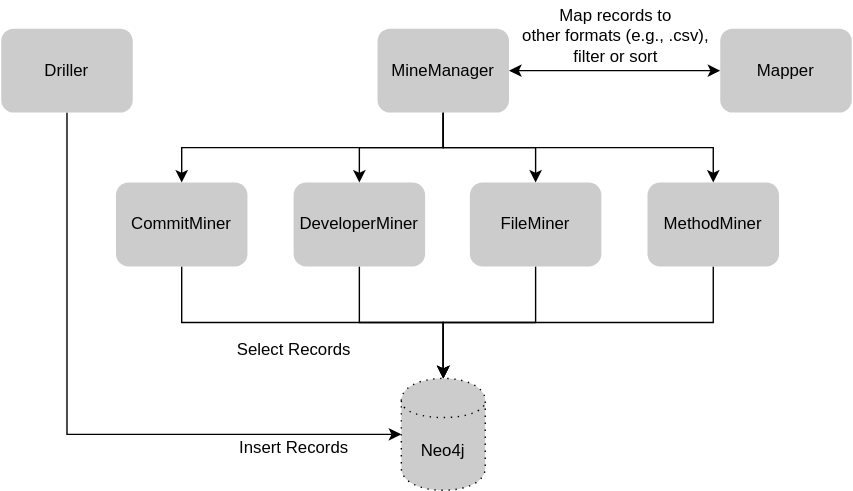
Before: docs/source/GraphRepoArch.svg, a diagram exported from draw.io (xserban/GraphRepo). Source tidied: cells renumbered, new cells last; positions are measured from the earlier drawing's top-left corner, leaving out a move shared by most shapes.
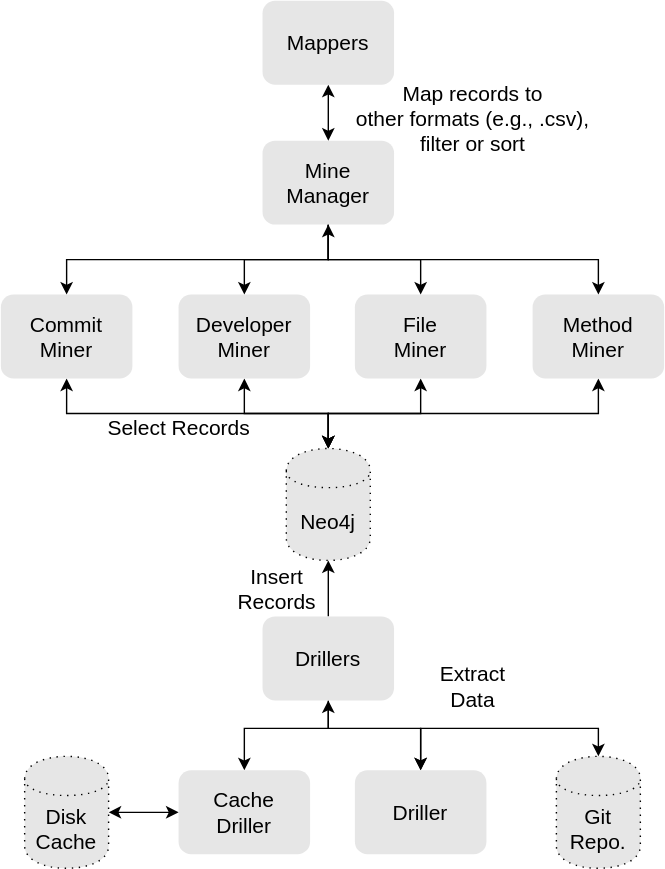
Above is the later version.

Commit message:
Updated documentation with cache drillers

Diff of the diagram source:
```diff
@@ -2,68 +2,110 @@
   <root>
     <mxCell id="0" />
     <mxCell id="1" parent="0" />
-    <mxCell id="2" style="edgeStyle=orthogonalEdgeStyle;rounded=0;jettySize=auto;html=1;exitX=0.5;exitY=1;exitDx=0;exitDy=0;strokeColor=#000000;strokeWidth=1;" parent="1" edge="1" source="3" target="10">
+    <mxCell id="2" style="edgeStyle=orthogonalEdgeStyle;rounded=0;jettySize=auto;html=1;exitX=0.5;exitY=1;exitDx=0;exitDy=0;strokeColor=#000000;strokeWidth=1;startArrow=classic;startFill=1;" parent="1" edge="1" source="3" target="10">
       <mxGeometry relative="1" as="geometry" />
     </mxCell>
-    <mxCell id="3" value="&lt;span&gt;CommitMiner&lt;/span&gt;" style="rounded=1;whiteSpace=wrap;html=1;strokeColor=none;fillColor=#CCCCCC;" parent="1" vertex="1">
-      <mxGeometry x="82" y="130" width="94" height="60" as="geometry" />
+    <mxCell id="3" value="&lt;span style=&quot;font-size: 15px;&quot;&gt;Commit&lt;br style=&quot;font-size: 15px;&quot;&gt;Miner&lt;/span&gt;" style="rounded=1;whiteSpace=wrap;html=1;strokeColor=none;fillColor=#E6E6E6;fontSize=15;" parent="1" vertex="1">
+      <mxGeometry x="1622" y="630" width="94" height="60" as="geometry" />
     </mxCell>
-    <mxCell id="4" style="edgeStyle=orthogonalEdgeStyle;rounded=0;jettySize=auto;html=1;exitX=0.5;exitY=1;exitDx=0;exitDy=0;strokeColor=#000000;strokeWidth=1;" parent="1" edge="1" source="5" target="10">
+    <mxCell id="4" style="edgeStyle=orthogonalEdgeStyle;rounded=0;jettySize=auto;html=1;exitX=0.5;exitY=1;exitDx=0;exitDy=0;strokeColor=#000000;strokeWidth=1;startArrow=classic;startFill=1;" parent="1" edge="1" source="5" target="10">
       <mxGeometry relative="1" as="geometry" />
     </mxCell>
-    <mxCell id="5" value="&lt;span&gt;DeveloperMiner&lt;/span&gt;" style="rounded=1;whiteSpace=wrap;html=1;strokeColor=none;fillColor=#CCCCCC;" parent="1" vertex="1">
-      <mxGeometry x="209" y="130" width="94" height="60" as="geometry" />
+    <mxCell id="5" value="&lt;span style=&quot;font-size: 15px;&quot;&gt;Developer&lt;br style=&quot;font-size: 15px;&quot;&gt;Miner&lt;/span&gt;" style="rounded=1;whiteSpace=wrap;html=1;strokeColor=none;fillColor=#E6E6E6;fontSize=15;" parent="1" vertex="1">
+      <mxGeometry x="1749" y="630" width="94" height="60" as="geometry" />
     </mxCell>
-    <mxCell id="6" style="edgeStyle=orthogonalEdgeStyle;rounded=0;jettySize=auto;html=1;exitX=0.5;exitY=1;exitDx=0;exitDy=0;strokeColor=#000000;strokeWidth=1;" parent="1" edge="1" source="7" target="10">
+    <mxCell id="6" style="edgeStyle=orthogonalEdgeStyle;rounded=0;jettySize=auto;html=1;exitX=0.5;exitY=1;exitDx=0;exitDy=0;strokeColor=#000000;strokeWidth=1;startArrow=classic;startFill=1;" parent="1" edge="1" source="7" target="10">
       <mxGeometry relative="1" as="geometry" />
     </mxCell>
-    <mxCell id="7" value="&lt;span&gt;FileMiner&lt;/span&gt;" style="rounded=1;whiteSpace=wrap;html=1;strokeColor=none;fillColor=#CCCCCC;" parent="1" vertex="1">
-      <mxGeometry x="335" y="130" width="94" height="60" as="geometry" />
+    <mxCell id="7" value="&lt;span style=&quot;font-size: 15px;&quot;&gt;File&lt;br style=&quot;font-size: 15px;&quot;&gt;Miner&lt;/span&gt;" style="rounded=1;whiteSpace=wrap;html=1;strokeColor=none;fillColor=#E6E6E6;fontSize=15;" parent="1" vertex="1">
+      <mxGeometry x="1875" y="630" width="94" height="60" as="geometry" />
     </mxCell>
-    <mxCell id="8" style="edgeStyle=orthogonalEdgeStyle;rounded=0;jettySize=auto;html=1;exitX=0.5;exitY=1;exitDx=0;exitDy=0;strokeColor=#000000;strokeWidth=1;" parent="1" edge="1" source="9" target="10">
+    <mxCell id="8" style="edgeStyle=orthogonalEdgeStyle;rounded=0;jettySize=auto;html=1;exitX=0.5;exitY=1;exitDx=0;exitDy=0;strokeColor=#000000;strokeWidth=1;startArrow=classic;startFill=1;" parent="1" edge="1" source="9" target="10">
       <mxGeometry relative="1" as="geometry" />
     </mxCell>
-    <mxCell id="9" value="&lt;span&gt;MethodMiner&lt;/span&gt;" style="rounded=1;whiteSpace=wrap;html=1;strokeColor=none;fillColor=#CCCCCC;" parent="1" vertex="1">
-      <mxGeometry x="462" y="130" width="94" height="60" as="geometry" />
+    <mxCell id="9" value="&lt;span style=&quot;font-size: 15px;&quot;&gt;Method&lt;br style=&quot;font-size: 15px;&quot;&gt;Miner&lt;/span&gt;" style="rounded=1;whiteSpace=wrap;html=1;strokeColor=none;fillColor=#E6E6E6;fontSize=15;" parent="1" vertex="1">
+      <mxGeometry x="2002" y="630" width="94" height="60" as="geometry" />
     </mxCell>
-    <mxCell id="10" value="Neo4j" style="shape=cylinder;whiteSpace=wrap;html=1;boundedLbl=1;backgroundOutline=1;rounded=1;fillColor=#CCCCCC;strokeColor=#000000;dashed=1;dashPattern=1 4;" parent="1" vertex="1">
-      <mxGeometry x="286" y="270" width="60" height="80" as="geometry" />
+    <mxCell id="10" value="Neo4j" style="shape=cylinder;whiteSpace=wrap;html=1;boundedLbl=1;backgroundOutline=1;rounded=1;fillColor=#E6E6E6;strokeColor=#000000;dashed=1;dashPattern=1 4;fontSize=15;" parent="1" vertex="1">
+      <mxGeometry x="1826" y="740" width="60" height="80" as="geometry" />
     </mxCell>
-    <mxCell id="11" style="edgeStyle=orthogonalEdgeStyle;rounded=0;jettySize=auto;html=1;exitX=0.5;exitY=1;exitDx=0;exitDy=0;entryX=0;entryY=0.5;entryDx=0;entryDy=0;strokeColor=#000000;strokeWidth=1;" parent="1" edge="1" source="12" target="10">
+    <mxCell id="11" style="edgeStyle=orthogonalEdgeStyle;curved=1;jettySize=auto;html=1;exitX=0.5;exitY=0;exitDx=0;exitDy=0;startArrow=none;startFill=0;endArrow=classic;endFill=1;strokeColor=#000000;strokeWidth=1;fontSize=15;fontColor=#000000;" parent="1" edge="1" source="14" target="10">
       <mxGeometry relative="1" as="geometry" />
     </mxCell>
-    <mxCell id="12" value="&lt;span&gt;Driller&lt;/span&gt;" style="rounded=1;whiteSpace=wrap;html=1;strokeColor=none;fillColor=#CCCCCC;" parent="1" vertex="1">
-      <mxGeometry y="20" width="94" height="60" as="geometry" />
+    <mxCell id="12" style="edgeStyle=orthogonalEdgeStyle;rounded=0;jettySize=auto;html=1;exitX=0.5;exitY=1;exitDx=0;exitDy=0;" parent="1" edge="1" source="14" target="27">
+      <mxGeometry relative="1" as="geometry">
+        <Array as="points">
+          <mxPoint x="1856" y="940" />
+          <mxPoint x="1796" y="940" />
+        </Array>
+      </mxGeometry>
     </mxCell>
-    <mxCell id="13" style="edgeStyle=orthogonalEdgeStyle;rounded=0;jettySize=auto;html=1;exitX=0.5;exitY=1;exitDx=0;exitDy=0;strokeColor=#000000;strokeWidth=1;" parent="1" edge="1" source="18" target="3">
-      <mxGeometry relative="1" as="geometry" />
+    <mxCell id="13" style="edgeStyle=orthogonalEdgeStyle;rounded=0;jettySize=auto;html=1;exitX=0.5;exitY=1;exitDx=0;exitDy=0;startArrow=classic;startFill=1;" parent="1" edge="1" source="14" target="29">
+      <mxGeometry relative="1" as="geometry">
+        <Array as="points">
+          <mxPoint x="1856" y="940" />
+          <mxPoint x="1922" y="940" />
+        </Array>
+      </mxGeometry>
     </mxCell>
-    <mxCell id="14" style="edgeStyle=orthogonalEdgeStyle;rounded=0;jettySize=auto;html=1;exitX=0.5;exitY=1;exitDx=0;exitDy=0;strokeColor=#000000;strokeWidth=1;" parent="1" edge="1" source="18" target="5">
-      <mxGeometry relative="1" as="geometry" />
+    <mxCell id="14" value="&lt;span style=&quot;font-size: 15px&quot;&gt;Drillers&lt;/span&gt;" style="rounded=1;whiteSpace=wrap;html=1;strokeColor=none;fillColor=#E6E6E6;fontSize=15;" parent="1" vertex="1">
+      <mxGeometry x="1809" y="860" width="94" height="60" as="geometry" />
     </mxCell>
-    <mxCell id="15" style="edgeStyle=orthogonalEdgeStyle;rounded=0;jettySize=auto;html=1;exitX=0.5;exitY=1;exitDx=0;exitDy=0;strokeColor=#000000;strokeWidth=1;" parent="1" edge="1" source="18" target="7">
+    <mxCell id="15" style="edgeStyle=orthogonalEdgeStyle;rounded=0;jettySize=auto;html=1;exitX=0.5;exitY=1;exitDx=0;exitDy=0;strokeColor=#000000;strokeWidth=1;" parent="1" edge="1" source="19" target="3">
       <mxGeometry relative="1" as="geometry" />
     </mxCell>
-    <mxCell id="16" style="edgeStyle=orthogonalEdgeStyle;rounded=0;jettySize=auto;html=1;exitX=0.5;exitY=1;exitDx=0;exitDy=0;strokeColor=#000000;strokeWidth=1;" parent="1" edge="1" source="18" target="9">
+    <mxCell id="16" style="edgeStyle=orthogonalEdgeStyle;rounded=0;jettySize=auto;html=1;exitX=0.5;exitY=1;exitDx=0;exitDy=0;strokeColor=#000000;strokeWidth=1;" parent="1" edge="1" source="19" target="5">
       <mxGeometry relative="1" as="geometry" />
     </mxCell>
-    <mxCell id="17" style="edgeStyle=orthogonalEdgeStyle;rounded=0;jettySize=auto;html=1;exitX=1;exitY=0.5;exitDx=0;exitDy=0;strokeColor=#000000;strokeWidth=1;startArrow=classic;startFill=1;" parent="1" edge="1" source="18" target="19">
+    <mxCell id="17" style="edgeStyle=orthogonalEdgeStyle;rounded=0;jettySize=auto;html=1;exitX=0.5;exitY=1;exitDx=0;exitDy=0;strokeColor=#000000;strokeWidth=1;" parent="1" edge="1" source="19" target="7">
       <mxGeometry relative="1" as="geometry" />
     </mxCell>
-    <mxCell id="18" value="&lt;span&gt;MineManager&lt;/span&gt;" style="rounded=1;whiteSpace=wrap;html=1;strokeColor=none;fillColor=#CCCCCC;" parent="1" vertex="1">
-      <mxGeometry x="269" y="20" width="94" height="60" as="geometry" />
+    <mxCell id="18" style="edgeStyle=orthogonalEdgeStyle;rounded=0;jettySize=auto;html=1;exitX=0.5;exitY=1;exitDx=0;exitDy=0;strokeColor=#000000;strokeWidth=1;startArrow=classic;startFill=1;" parent="1" edge="1" source="19" target="9">
+      <mxGeometry relative="1" as="geometry" />
     </mxCell>
-    <mxCell id="19" value="&lt;span&gt;Mapper&lt;/span&gt;" style="rounded=1;whiteSpace=wrap;html=1;strokeColor=none;fillColor=#CCCCCC;" parent="1" vertex="1">
-      <mxGeometry x="514" y="20" width="94" height="60" as="geometry" />
+    <mxCell id="19" value="&lt;span style=&quot;font-size: 15px;&quot;&gt;Mine&lt;br style=&quot;font-size: 15px;&quot;&gt;Manager&lt;/span&gt;" style="rounded=1;whiteSpace=wrap;html=1;strokeColor=none;fillColor=#E6E6E6;fontSize=15;" parent="1" vertex="1">
+      <mxGeometry x="1809" y="520" width="94" height="60" as="geometry" />
     </mxCell>
-    <mxCell id="20" value="Insert Records" style="text;html=1;align=center;verticalAlign=middle;" parent="1" vertex="1">
-      <mxGeometry x="164" y="310" width="90" height="20" as="geometry" />
+    <mxCell id="20" style="edgeStyle=orthogonalEdgeStyle;jettySize=auto;html=1;exitX=0.5;exitY=1;exitDx=0;exitDy=0;startArrow=classic;startFill=1;endArrow=classic;endFill=1;strokeColor=#000000;strokeWidth=1;fontSize=15;fontColor=#000000;rounded=0;" parent="1" edge="1" source="21" target="19">
+      <mxGeometry relative="1" as="geometry" />
     </mxCell>
-    <mxCell id="21" value="Select Records" style="text;html=1;align=center;verticalAlign=middle;points=[];" parent="1" vertex="1">
-      <mxGeometry x="159" y="240" width="100" height="20" as="geometry" />
+    <mxCell id="21" value="&lt;span style=&quot;font-size: 15px&quot;&gt;Mappers&lt;/span&gt;" style="rounded=1;whiteSpace=wrap;html=1;strokeColor=none;fillColor=#E6E6E6;fontSize=15;" parent="1" vertex="1">
+      <mxGeometry x="1809" y="420" width="94" height="60" as="geometry" />
     </mxCell>
-    <mxCell id="22" value="Map records to &lt;br&gt;other formats (e.g., .csv), &lt;br&gt;filter or sort" style="text;html=1;align=center;verticalAlign=middle;" parent="1" vertex="1">
-      <mxGeometry x="364" width="150" height="50" as="geometry" />
+    <mxCell id="22" value="Insert &lt;br&gt;Records" style="text;html=1;align=center;verticalAlign=middle;fontSize=15;" parent="1" vertex="1">
+      <mxGeometry x="1784" y="820" width="70" height="40" as="geometry" />
     </mxCell>
+    <mxCell id="23" value="Select Records" style="text;html=1;align=center;verticalAlign=middle;fontSize=15;" parent="1" vertex="1">
+      <mxGeometry x="1689" y="715" width="120" height="20" as="geometry" />
+    </mxCell>
+    <mxCell id="24" value="Map records to &lt;br style=&quot;font-size: 15px;&quot;&gt;other formats (e.g., .csv), &lt;br style=&quot;font-size: 15px;&quot;&gt;filter or sort" style="text;html=1;align=center;verticalAlign=middle;fontSize=15;" parent="1" vertex="1">
+      <mxGeometry x="1864" y="474" width="190" height="60" as="geometry" />
+    </mxCell>
+    <mxCell id="25" value="Git&lt;br&gt;Repo." style="shape=cylinder;whiteSpace=wrap;html=1;boundedLbl=1;backgroundOutline=1;rounded=1;fillColor=#E6E6E6;strokeColor=#000000;dashed=1;dashPattern=1 4;fontSize=15;" parent="1" vertex="1">
+      <mxGeometry x="2019" y="960" width="60" height="80" as="geometry" />
+    </mxCell>
+    <mxCell id="26" value="Extract&lt;br&gt;Data" style="text;html=1;align=center;verticalAlign=middle;fontSize=15;fontColor=#000000;" parent="1" vertex="1">
+      <mxGeometry x="1929" y="890" width="60" height="40" as="geometry" />
+    </mxCell>
+    <mxCell id="27" value="Cache&lt;br&gt;Driller" style="rounded=1;whiteSpace=wrap;html=1;strokeColor=none;fillColor=#E6E6E6;fontSize=15;" parent="1" vertex="1">
+      <mxGeometry x="1749" y="970" width="94" height="60" as="geometry" />
+    </mxCell>
+    <mxCell id="28" style="edgeStyle=orthogonalEdgeStyle;rounded=0;jettySize=auto;html=1;exitX=0.5;exitY=0;exitDx=0;exitDy=0;entryX=0.5;entryY=0;entryDx=0;entryDy=0;startArrow=classic;startFill=1;" parent="1" edge="1" source="29" target="25">
+      <mxGeometry relative="1" as="geometry">
+        <Array as="points">
+          <mxPoint x="1922" y="940" />
+          <mxPoint x="2049" y="940" />
+        </Array>
+      </mxGeometry>
+    </mxCell>
+    <mxCell id="29" value="Driller" style="rounded=1;whiteSpace=wrap;html=1;strokeColor=none;fillColor=#E6E6E6;fontSize=15;" parent="1" vertex="1">
+      <mxGeometry x="1875" y="970" width="94" height="60" as="geometry" />
+    </mxCell>
+    <mxCell id="30" style="edgeStyle=orthogonalEdgeStyle;rounded=0;jettySize=auto;html=1;exitX=1;exitY=0.5;exitDx=0;exitDy=0;startArrow=classic;startFill=1;" parent="1" edge="1" source="31" target="27">
+      <mxGeometry relative="1" as="geometry" />
+    </mxCell>
+    <mxCell id="31" value="Disk&lt;br&gt;Cache" style="shape=cylinder;whiteSpace=wrap;html=1;boundedLbl=1;backgroundOutline=1;rounded=1;fillColor=#E6E6E6;strokeColor=#000000;dashed=1;dashPattern=1 4;fontSize=15;" parent="1" vertex="1">
+      <mxGeometry x="1639" y="960" width="60" height="80" as="geometry" />
+    </mxCell>
   </root>
 </mxGraphModel>
```
